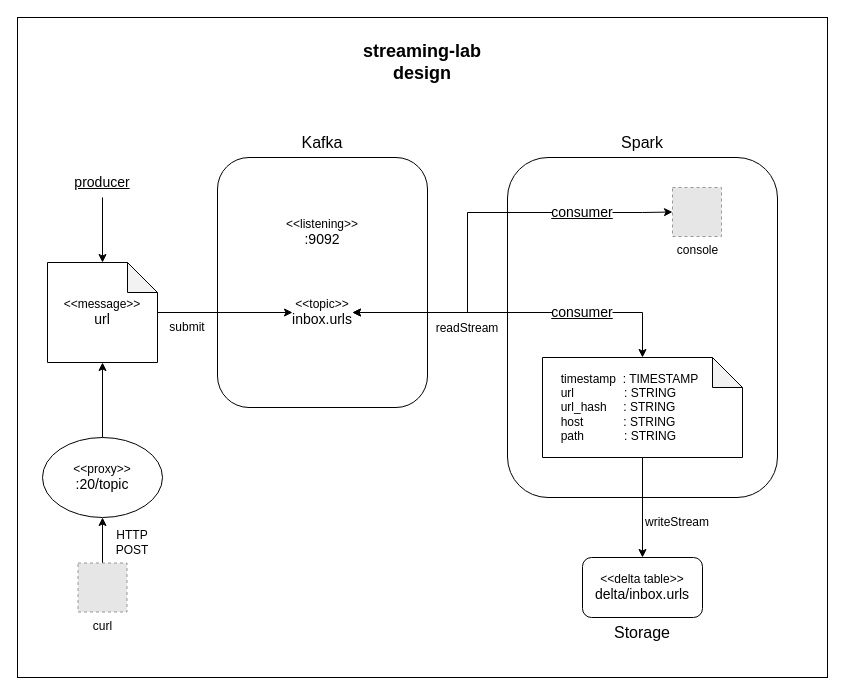
Earlier version of the draw.io diagram design.drawio.xml (InterruptSpeed/streaming-lab). Source tidied: cells renumbered, new cells numbered last; positions are measured from the earlier drawing's top-left corner, leaving out a move shared by most shapes. Both pictures are drawn from the tidied source at 100%, with x=0, y=0 at pixel (17, 17). Pictures stored in the file or linked from it are replaced by grey dashed boxes.
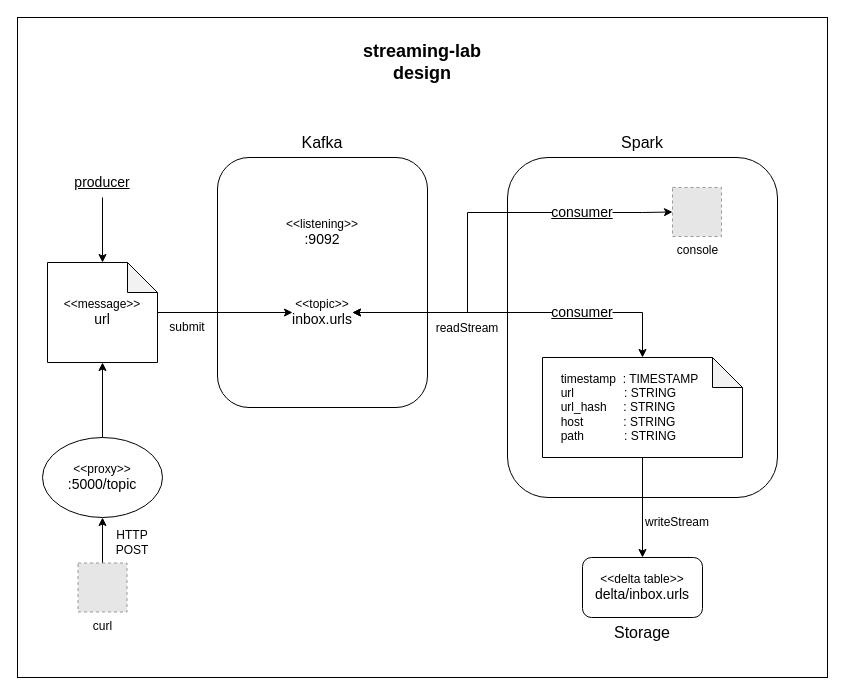
The same page after the edit.

Commit message (it also covers changes not shown here):
changed port on diagram

The edit, as a diff of the source:
```diff
@@
-    <mxCell id="31" value="&lt;div&gt;&amp;lt;&amp;lt;proxy&amp;gt;&amp;gt;&lt;/div&gt;&lt;div&gt;&lt;font style=&quot;font-size: 14px&quot;&gt;:20/topic&lt;/font&gt;&lt;br&gt;&lt;/div&gt;" style="ellipse;whiteSpace=wrap;html=1;" parent="1" vertex="1">
+    <mxCell id="31" value="&lt;div&gt;&amp;lt;&amp;lt;proxy&amp;gt;&amp;gt;&lt;/div&gt;&lt;div&gt;&lt;font style=&quot;font-size: 14px&quot;&gt;:5000/topic&lt;/font&gt;&lt;br&gt;&lt;/div&gt;" style="ellipse;whiteSpace=wrap;html=1;" parent="1" vertex="1">
       <mxGeometry x="25" y="420" width="120" height="80" as="geometry" />
     </mxCell>
```
